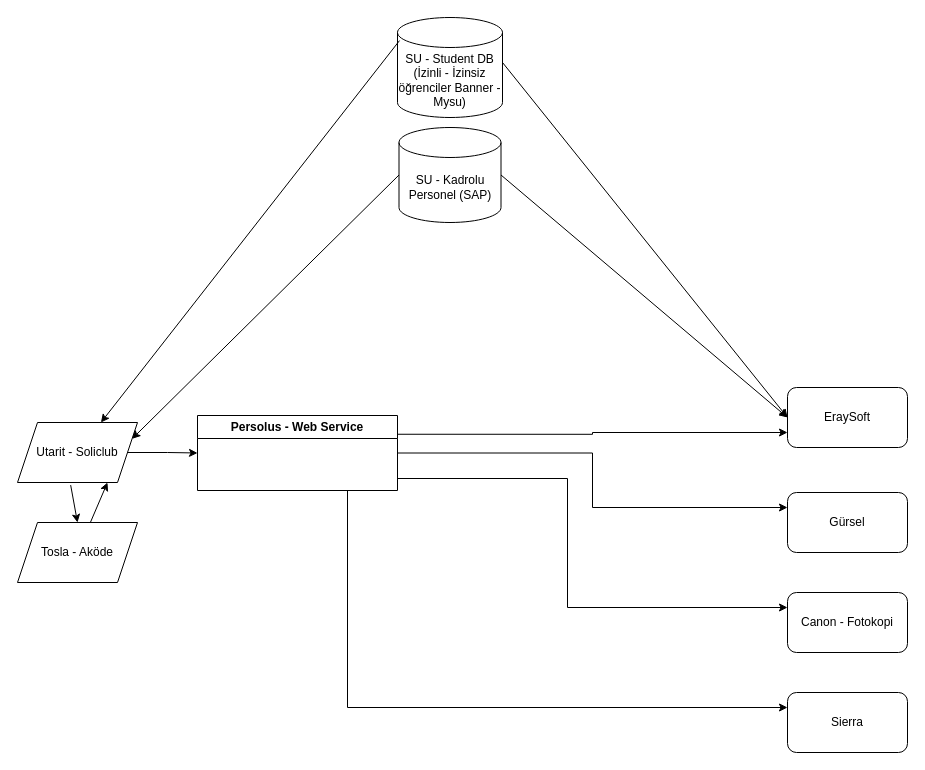
This is Sucard Entegrasyon Topology.drawio from sercankara/bulut, a draw.io file, before an edit. Source tidied: cells renumbered, new cells numbered last; positions are measured from the earlier drawing's top-left corner, leaving out a move shared by most shapes. Both pictures are drawn from the tidied source at 100%, with x=0, y=0 at pixel (17, 17).
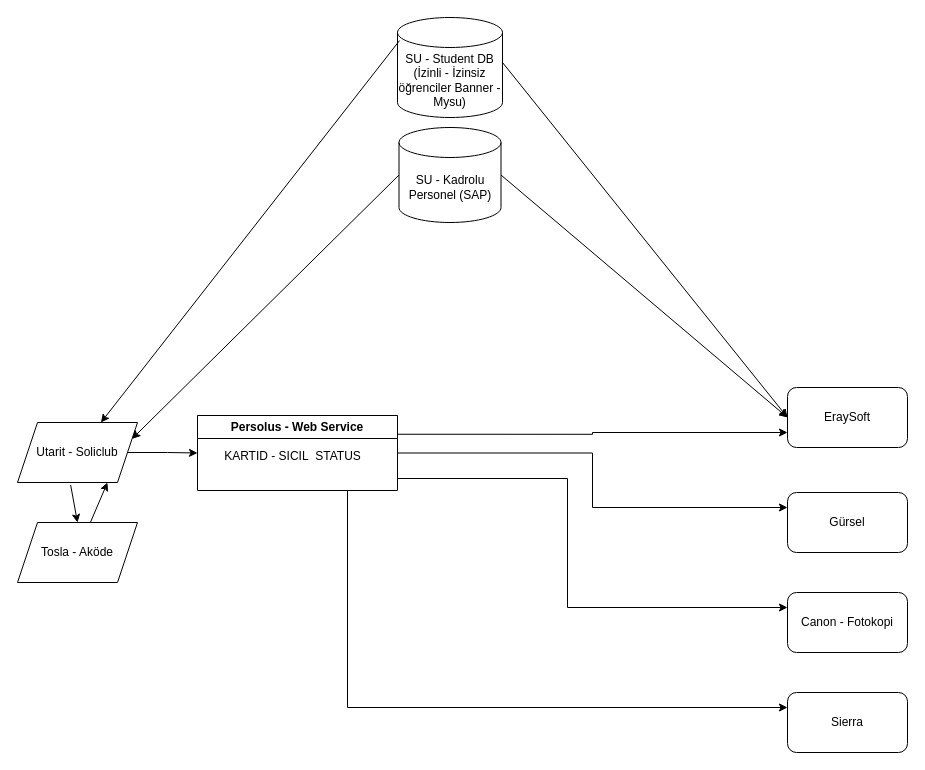
The same page after the edit.

Change to the diagram source:
```diff
@@
+    <mxCell id="22" value="KARTID - SICIL&amp;nbsp; STATUS" style="text;html=1;align=center;verticalAlign=middle;strokeColor=none;fillColor=none;" parent="1" vertex="1">
+      <mxGeometry x="195" y="424" width="160" height="30" as="geometry" />
+    </mxCell>
```
